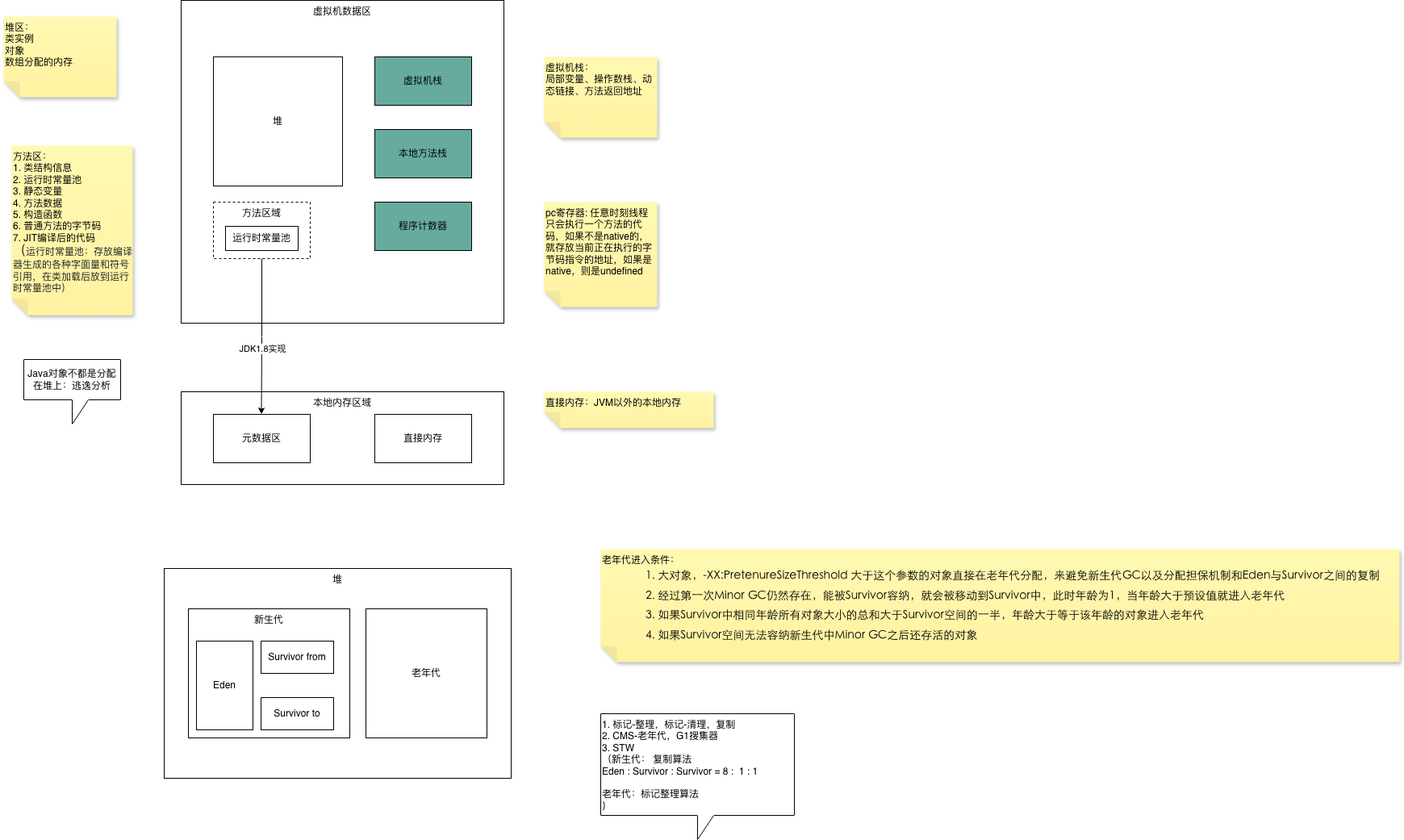
Above: JVM数据区.drawio.png in ggs2015/file (draw.io), before the change. Source tidied: cells renumbered, new cells last; positions are measured from the earlier drawing's top-left corner, leaving out a move shared by most shapes.
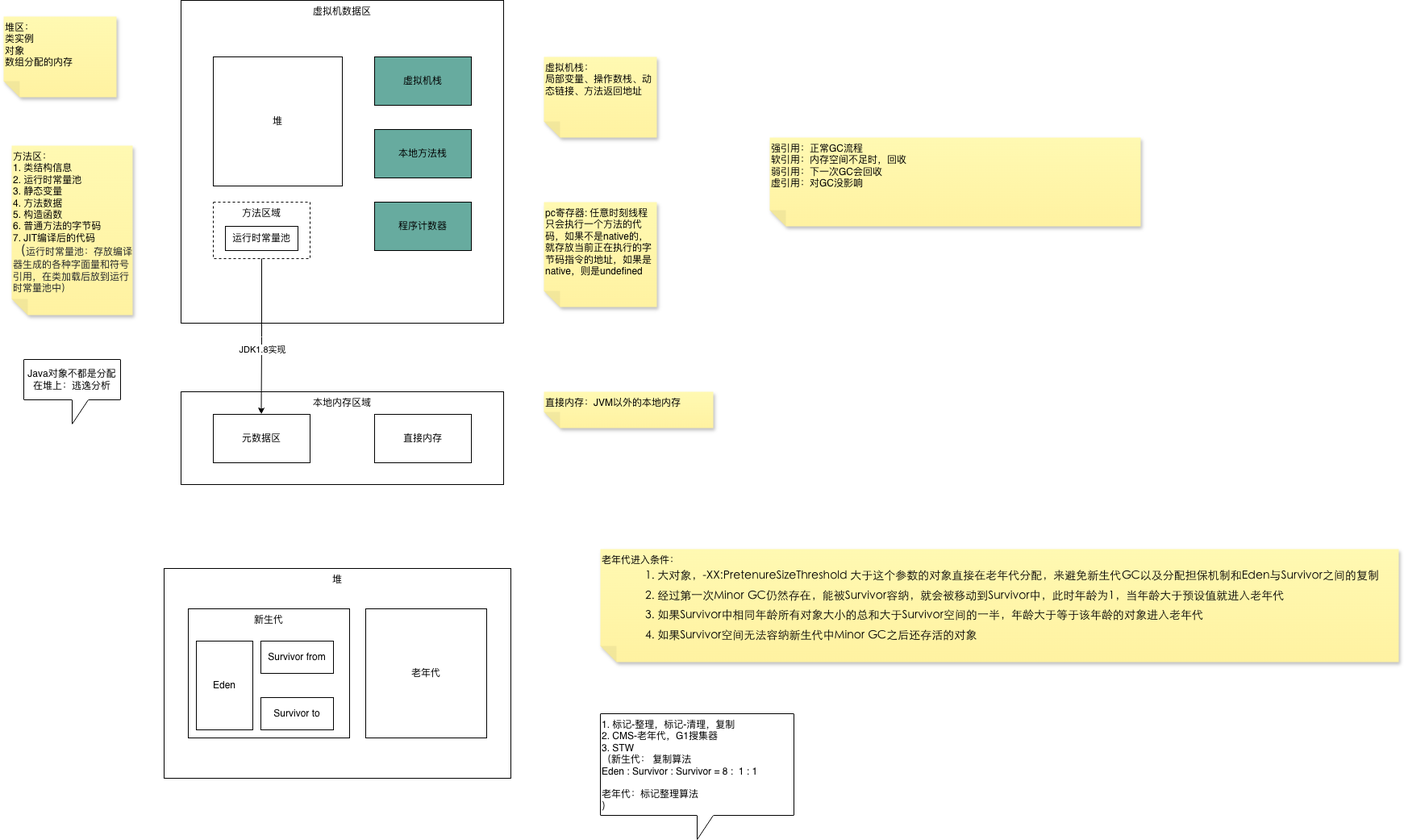
Later version of the same file.

Commit message:
更新JVM数据区.drawio.png

Change to the diagram source:
```diff
@@ -83,5 +83,8 @@
     <mxCell id="27" value="运行时常量池" style="rounded=0;whiteSpace=wrap;html=1;" parent="1" vertex="1">
       <mxGeometry x="275" y="280" width="90" height="30" as="geometry" />
     </mxCell>
+    <mxCell id="28" value="强引用：正常GC流程&lt;div&gt;软引用：内存空间不足时，回收&lt;/div&gt;&lt;div&gt;弱引用：下一次GC会回收&lt;/div&gt;&lt;div&gt;虚引用：对GC没影响&lt;/div&gt;" style="shape=note;whiteSpace=wrap;html=1;backgroundOutline=1;fontColor=#000000;darkOpacity=0.05;fillColor=#FFF9B2;strokeColor=none;fillStyle=solid;direction=west;gradientDirection=north;gradientColor=#FFF2A1;shadow=1;size=20;verticalAlign=top;align=left;" parent="1" vertex="1">
+      <mxGeometry x="950" y="170" width="460" height="110" as="geometry" />
+    </mxCell>
   </root>
 </mxGraphModel>
```
